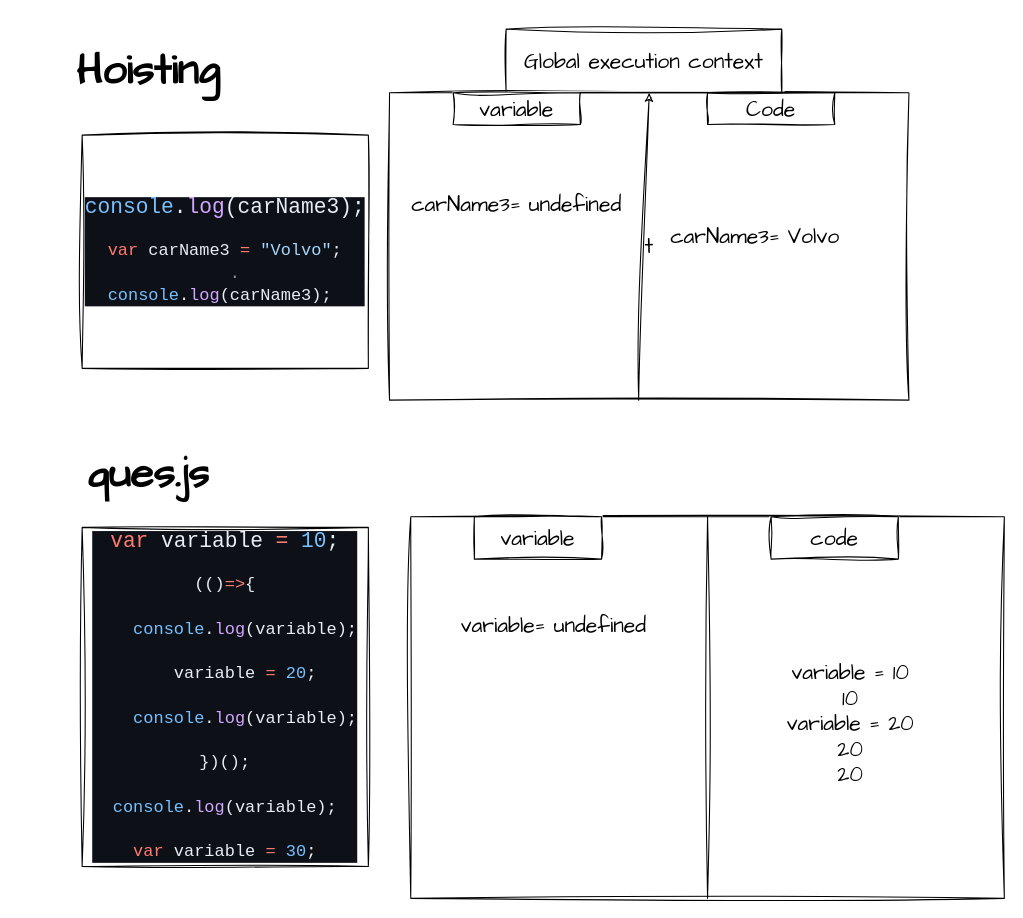
Above: page "Page-1" (1 of 2) of js.drawio in Anish713/html-css-js-Python (draw.io), before the change. Source tidied: cells renumbered, new cells numbered last; positions are measured from the earlier drawing's top-left corner, leaving out a move shared by most shapes. Both pictures are drawn from the tidied source at 106%, with x=0, y=0 at pixel (71, 29).
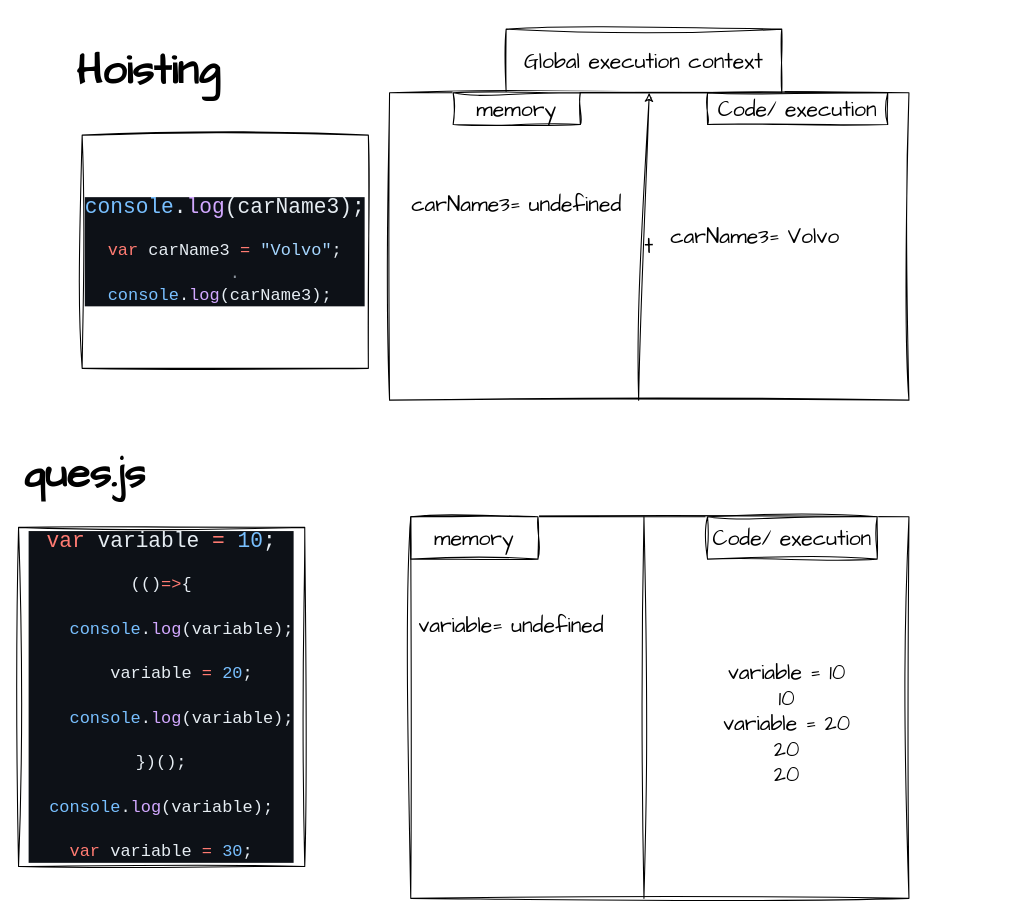
The same diagram, later.

The edit, as a diff of the source:
```diff
@@
-    <mxCell id="5" value="Code" style="rounded=0;whiteSpace=wrap;html=1;sketch=1;hachureGap=4;jiggle=2;curveFitting=1;fontFamily=Comic Sans MS;fontSize=20;" parent="1" vertex="1">
-      <mxGeometry x="600" y="60" width="120" height="30" as="geometry" />
+    <mxCell id="5" value="Code/ execution" style="rounded=0;whiteSpace=wrap;html=1;sketch=1;hachureGap=4;jiggle=2;curveFitting=1;fontFamily=Comic Sans MS;fontSize=20;" parent="1" vertex="1">
+      <mxGeometry x="600" y="60" width="170" height="30" as="geometry" />
     </mxCell>
-    <mxCell id="6" value="variable" style="rounded=0;whiteSpace=wrap;html=1;sketch=1;hachureGap=4;jiggle=2;curveFitting=1;fontFamily=Comic Sans MS;fontSize=20;" parent="1" vertex="1">
+    <mxCell id="6" value="memory" style="rounded=0;whiteSpace=wrap;html=1;sketch=1;hachureGap=4;jiggle=2;curveFitting=1;fontFamily=Comic Sans MS;fontSize=20;" parent="1" vertex="1">
       <mxGeometry x="360" y="60" width="120" height="30" as="geometry" />
     </mxCell>
@@
     <mxCell id="11" style="rounded=0;whiteSpace=wrap;html=1;sketch=1;hachureGap=4;jiggle=2;curveFitting=1;fontFamily=Architects Daughter;fontSize=20;" parent="1" vertex="1">
-      <mxGeometry x="320" y="460" width="560" height="360" as="geometry" />
+      <mxGeometry x="320" y="460" width="470" height="360" as="geometry" />
     </mxCell>
-    <mxCell id="12" style="endArrow=none;html=1;sketch=1;hachureGap=4;jiggle=2;curveFitting=1;fontFamily=Architects Daughter;fontSize=16;entryX=0.5;entryY=0;entryDx=0;entryDy=0;exitX=0.5;exitY=1;exitDx=0;exitDy=0;" parent="1" edge="1" source="11" target="11">
-      <mxGeometry relative="1" as="geometry" />
+    <mxCell id="12" style="endArrow=none;html=1;sketch=1;hachureGap=4;jiggle=2;curveFitting=1;fontFamily=Architects Daughter;fontSize=16;entryX=0.5;entryY=0;entryDx=0;entryDy=0;exitX=0.5;exitY=1;exitDx=0;exitDy=0;" parent="1" edge="1">
+      <mxGeometry relative="1" as="geometry">
+        <mxPoint x="540" y="820" as="sourcePoint" />
+        <mxPoint x="540" y="460" as="targetPoint" />
+      </mxGeometry>
     </mxCell>
     <mxCell id="13" value="&lt;h1&gt;ques.js&lt;/h1&gt;" style="text;html=1;strokeColor=none;fillColor=none;spacing=5;spacingTop=-20;whiteSpace=wrap;overflow=hidden;rounded=0;sketch=1;hachureGap=4;jiggle=2;curveFitting=1;fontFamily=Architects Daughter;fontSize=20;" parent="1" vertex="1">
-      <mxGeometry x="10" y="380" width="190" height="80" as="geometry" />
+      <mxGeometry x="-50" y="380" width="190" height="80" as="geometry" />
     </mxCell>
-    <mxCell id="14" value="variable" style="rounded=0;whiteSpace=wrap;html=1;sketch=1;hachureGap=4;jiggle=2;curveFitting=1;fontFamily=Architects Daughter;fontSize=20;" parent="1" vertex="1">
-      <mxGeometry x="380" y="460" width="120" height="40" as="geometry" />
+    <mxCell id="14" value="memory" style="rounded=0;whiteSpace=wrap;html=1;sketch=1;hachureGap=4;jiggle=2;curveFitting=1;fontFamily=Architects Daughter;fontSize=20;" parent="1" vertex="1">
+      <mxGeometry x="320" y="460" width="120" height="40" as="geometry" />
     </mxCell>
-    <mxCell id="15" value="code" style="rounded=0;whiteSpace=wrap;html=1;sketch=1;hachureGap=4;jiggle=2;curveFitting=1;fontFamily=Architects Daughter;fontSize=20;" parent="1" vertex="1">
-      <mxGeometry x="660" y="460" width="120" height="40" as="geometry" />
+    <mxCell id="15" value="&lt;span style=&quot;font-family: &amp;quot;Comic Sans MS&amp;quot;;&quot;&gt;Code/ execution&lt;/span&gt;" style="rounded=0;whiteSpace=wrap;html=1;sketch=1;hachureGap=4;jiggle=2;curveFitting=1;fontFamily=Architects Daughter;fontSize=20;" parent="1" vertex="1">
+      <mxGeometry x="600" y="460" width="160" height="40" as="geometry" />
     </mxCell>
     <mxCell id="16" value="&lt;div style=&quot;color: rgb(230, 237, 243); background-color: rgb(13, 17, 23); font-family: Consolas, &amp;quot;Courier New&amp;quot;, monospace; line-height: 19px;&quot;&gt;&lt;div style=&quot;&quot;&gt;&lt;font style=&quot;font-size: 20px;&quot;&gt;&lt;span style=&quot;color: rgb(255, 123, 114);&quot;&gt;var&lt;/span&gt; variable &lt;span style=&quot;color: rgb(255, 123, 114);&quot;&gt;=&lt;/span&gt; &lt;span style=&quot;color: rgb(121, 192, 255);&quot;&gt;10&lt;/span&gt;;&lt;/font&gt;&lt;/div&gt;&lt;font size=&quot;3&quot;&gt;&lt;br&gt;&lt;/font&gt;&lt;div style=&quot;&quot;&gt;&lt;font size=&quot;3&quot;&gt;(()&lt;span style=&quot;color: #ff7b72;&quot;&gt;=&amp;gt;&lt;/span&gt;{&lt;/font&gt;&lt;/div&gt;&lt;div style=&quot;&quot;&gt;&lt;font size=&quot;3&quot;&gt;&lt;br&gt;&lt;/font&gt;&lt;/div&gt;&lt;div style=&quot;&quot;&gt;&lt;font size=&quot;3&quot;&gt;&amp;nbsp; &amp;nbsp; &lt;span style=&quot;color: #79c0ff;&quot;&gt;console&lt;/span&gt;.&lt;span style=&quot;color: #d2a8ff;&quot;&gt;log&lt;/span&gt;(variable);&lt;/font&gt;&lt;/div&gt;&lt;div style=&quot;&quot;&gt;&lt;font size=&quot;3&quot;&gt;&lt;br&gt;&lt;/font&gt;&lt;/div&gt;&lt;div style=&quot;&quot;&gt;&lt;font size=&quot;3&quot;&gt;&amp;nbsp; &amp;nbsp; variable &lt;span style=&quot;color: #ff7b72;&quot;&gt;=&lt;/span&gt; &lt;span style=&quot;color: #79c0ff;&quot;&gt;20&lt;/span&gt;;&lt;/font&gt;&lt;/div&gt;&lt;div style=&quot;&quot;&gt;&lt;font size=&quot;3&quot;&gt;&lt;br&gt;&lt;/font&gt;&lt;/div&gt;&lt;div style=&quot;&quot;&gt;&lt;font size=&quot;3&quot;&gt;&amp;nbsp; &amp;nbsp; &lt;span style=&quot;color: #79c0ff;&quot;&gt;console&lt;/span&gt;.&lt;span style=&quot;color: #d2a8ff;&quot;&gt;log&lt;/span&gt;(variable);&lt;/font&gt;&lt;/div&gt;&lt;div style=&quot;&quot;&gt;&lt;font size=&quot;3&quot;&gt;&lt;br&gt;&lt;/font&gt;&lt;/div&gt;&lt;div style=&quot;&quot;&gt;&lt;font size=&quot;3&quot;&gt;})();&lt;/font&gt;&lt;/div&gt;&lt;div style=&quot;&quot;&gt;&lt;font size=&quot;3&quot;&gt;&lt;br&gt;&lt;/font&gt;&lt;/div&gt;&lt;div style=&quot;&quot;&gt;&lt;font size=&quot;3&quot;&gt;&lt;span style=&quot;color: #79c0ff;&quot;&gt;console&lt;/span&gt;.&lt;span style=&quot;color: #d2a8ff;&quot;&gt;log&lt;/span&gt;(variable);&lt;/font&gt;&lt;/div&gt;&lt;div style=&quot;&quot;&gt;&lt;font size=&quot;3&quot;&gt;&lt;br&gt;&lt;/font&gt;&lt;/div&gt;&lt;div style=&quot;&quot;&gt;&lt;font size=&quot;3&quot;&gt;&lt;span style=&quot;color: rgb(255, 123, 114);&quot;&gt;var&lt;/span&gt; variable &lt;span style=&quot;color: rgb(255, 123, 114);&quot;&gt;=&lt;/span&gt; &lt;span style=&quot;color: rgb(121, 192, 255);&quot;&gt;30&lt;/span&gt;;&lt;/font&gt;&lt;/div&gt;&lt;/div&gt;" style="rounded=0;whiteSpace=wrap;html=1;sketch=1;hachureGap=4;jiggle=2;curveFitting=1;fontFamily=Architects Daughter;fontSize=20;" parent="1" vertex="1">
-      <mxGeometry x="10" y="470" width="270" height="320" as="geometry" />
+      <mxGeometry x="-50" y="470" width="270" height="320" as="geometry" />
     </mxCell>
     <mxCell id="17" value="&lt;br&gt;variable= undefined" style="text;html=1;strokeColor=none;fillColor=none;align=center;verticalAlign=middle;whiteSpace=wrap;rounded=0;sketch=1;hachureGap=4;jiggle=2;curveFitting=1;fontFamily=Architects Daughter;fontSize=20;" parent="1" vertex="1">
-      <mxGeometry x="330" y="520" width="250" height="60" as="geometry" />
+      <mxGeometry x="290" y="520" width="250" height="60" as="geometry" />
     </mxCell>
     <mxCell id="18" value="variable = 10&lt;br&gt;10&lt;br&gt;variable = 20&lt;br&gt;20&lt;br&gt;20" style="text;html=1;strokeColor=none;fillColor=none;align=center;verticalAlign=middle;whiteSpace=wrap;rounded=0;sketch=1;hachureGap=4;jiggle=2;curveFitting=1;fontFamily=Architects Daughter;fontSize=20;" parent="1" vertex="1">
-      <mxGeometry x="610" y="520" width="250" height="270" as="geometry" />
+      <mxGeometry x="550" y="520" width="250" height="270" as="geometry" />
     </mxCell>
```
